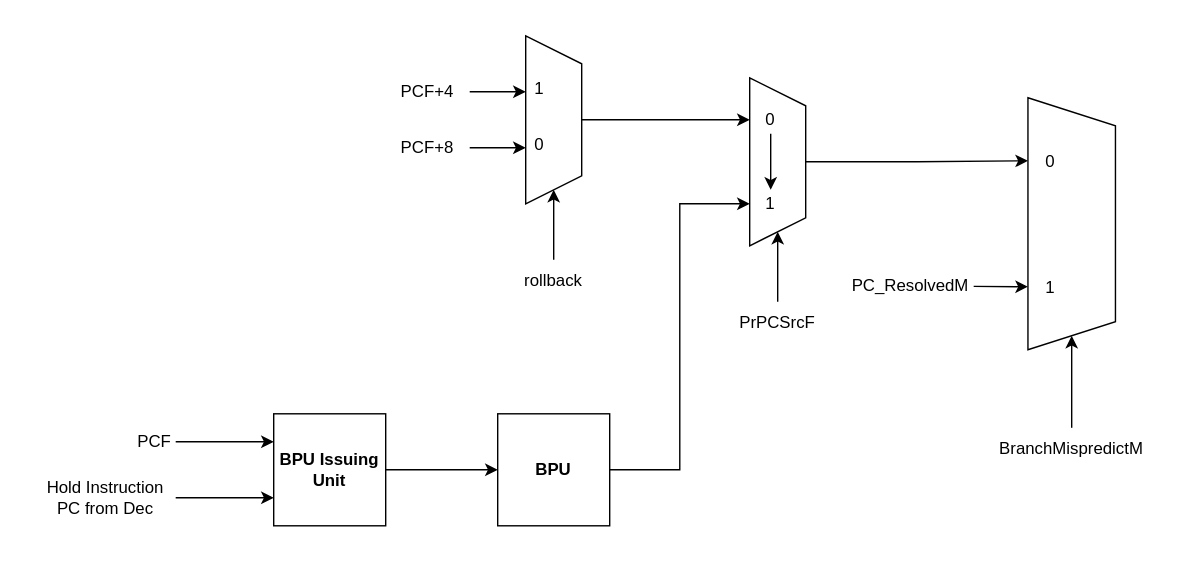
Earlier version of the draw.io export docs/assets/images/next-pc-logic.svg (mendax1234/Mach-V). Source tidied: cells renumbered, new cells last; positions are measured from the earlier drawing's top-left corner, leaving out a move shared by most shapes.
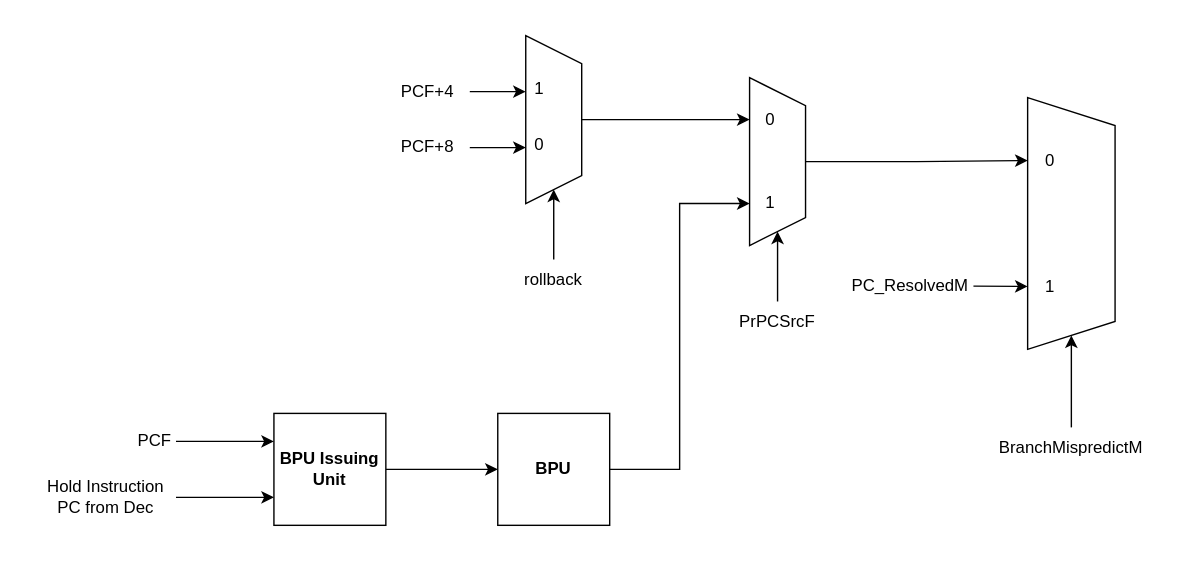
After the commit.

Change to the diagram source:
```diff
@@ -43,71 +43,68 @@
     <mxCell id="14" style="shape=trapezoid;perimeter=trapezoidPerimeter;whiteSpace=wrap;html=1;fixedSize=1;rotation=90;" parent="13" vertex="1">
       <mxGeometry x="-40" y="40" width="120" height="40" as="geometry" />
     </mxCell>
-    <mxCell id="15" style="edgeStyle=orthogonalEdgeStyle;rounded=0;jettySize=auto;html=1;" parent="13" edge="1" source="16" target="17">
-      <mxGeometry relative="1" as="geometry" />
+    <mxCell id="15" value="0" style="text;html=1;whiteSpace=wrap;strokeColor=none;fillColor=none;align=center;verticalAlign=middle;rounded=0;" parent="13" vertex="1">
+      <mxGeometry x="10" y="20" width="10" height="20" as="geometry" />
     </mxCell>
-    <mxCell id="16" value="0" style="text;html=1;whiteSpace=wrap;strokeColor=none;fillColor=none;align=center;verticalAlign=middle;rounded=0;" parent="13" vertex="1">
-      <mxGeometry x="10" y="20" width="10" height="20" as="geometry" />
+    <mxCell id="16" value="1" style="text;html=1;whiteSpace=wrap;strokeColor=none;fillColor=none;align=center;verticalAlign=middle;rounded=0;" parent="13" vertex="1">
+      <mxGeometry x="10" y="80" width="10" height="20" as="geometry" />
     </mxCell>
-    <mxCell id="17" value="1" style="text;html=1;whiteSpace=wrap;strokeColor=none;fillColor=none;align=center;verticalAlign=middle;rounded=0;" parent="13" vertex="1">
-      <mxGeometry x="10" y="80" width="10" height="20" as="geometry" />
+    <mxCell id="17" style="endArrow=classic;html=1;rounded=0;entryX=1;entryY=0.5;entryDx=0;entryDy=0;exitX=0.5;exitY=0;exitDx=0;exitDy=0;" parent="1" edge="1" source="18" target="14">
+      <mxGeometry relative="1" as="geometry" />
     </mxCell>
-    <mxCell id="18" style="endArrow=classic;html=1;rounded=0;entryX=1;entryY=0.5;entryDx=0;entryDy=0;exitX=0.5;exitY=0;exitDx=0;exitDy=0;" parent="1" edge="1" source="19" target="14">
-      <mxGeometry relative="1" as="geometry" />
+    <mxCell id="18" value="PrPCSrcF" style="text;html=1;whiteSpace=wrap;strokeColor=none;fillColor=none;align=center;verticalAlign=middle;rounded=0;" parent="1" vertex="1">
+      <mxGeometry x="500" y="190" width="60" height="30" as="geometry" />
     </mxCell>
-    <mxCell id="19" value="PrPCSrcF" style="text;html=1;whiteSpace=wrap;strokeColor=none;fillColor=none;align=center;verticalAlign=middle;rounded=0;" parent="1" vertex="1">
-      <mxGeometry x="500" y="190" width="60" height="30" as="geometry" />
+    <mxCell id="19" style="edgeStyle=orthogonalEdgeStyle;rounded=0;jettySize=auto;html=1;exitX=1;exitY=0.5;exitDx=0;exitDy=0;entryX=0;entryY=0.5;entryDx=0;entryDy=0;" parent="1" edge="1" source="20" target="26">
+      <mxGeometry relative="1" as="geometry" />
     </mxCell>
-    <mxCell id="20" style="edgeStyle=orthogonalEdgeStyle;rounded=0;jettySize=auto;html=1;exitX=1;exitY=0.5;exitDx=0;exitDy=0;entryX=0;entryY=0.5;entryDx=0;entryDy=0;" parent="1" edge="1" source="21" target="27">
-      <mxGeometry relative="1" as="geometry" />
+    <mxCell id="20" value="&lt;b&gt;BPU Issuing Unit&lt;/b&gt;" style="whiteSpace=wrap;html=1;" parent="1" vertex="1">
+      <mxGeometry x="170" y="270" width="80" height="80" as="geometry" />
     </mxCell>
-    <mxCell id="21" value="&lt;b&gt;BPU Issuing Unit&lt;/b&gt;" style="whiteSpace=wrap;html=1;" parent="1" vertex="1">
-      <mxGeometry x="170" y="270" width="80" height="80" as="geometry" />
+    <mxCell id="21" style="endArrow=classic;html=1;rounded=0;entryX=0;entryY=0.25;entryDx=0;entryDy=0;exitX=1;exitY=0.5;exitDx=0;exitDy=0;" parent="1" edge="1" source="23" target="20">
+      <mxGeometry relative="1" as="geometry" />
     </mxCell>
-    <mxCell id="22" style="endArrow=classic;html=1;rounded=0;entryX=0;entryY=0.25;entryDx=0;entryDy=0;exitX=1;exitY=0.5;exitDx=0;exitDy=0;" parent="1" edge="1" source="24" target="21">
+    <mxCell id="22" style="endArrow=classic;html=1;rounded=0;entryX=0;entryY=0.75;entryDx=0;entryDy=0;exitX=1;exitY=0.5;exitDx=0;exitDy=0;" parent="1" edge="1" source="24" target="20">
       <mxGeometry relative="1" as="geometry" />
     </mxCell>
-    <mxCell id="23" style="endArrow=classic;html=1;rounded=0;entryX=0;entryY=0.75;entryDx=0;entryDy=0;exitX=1;exitY=0.5;exitDx=0;exitDy=0;" parent="1" edge="1" source="25" target="21">
-      <mxGeometry relative="1" as="geometry" />
+    <mxCell id="23" value="PCF" style="text;html=1;whiteSpace=wrap;strokeColor=none;fillColor=none;align=center;verticalAlign=middle;rounded=0;" parent="1" vertex="1">
+      <mxGeometry x="70" y="280" width="30" height="20" as="geometry" />
     </mxCell>
-    <mxCell id="24" value="PCF" style="text;html=1;whiteSpace=wrap;strokeColor=none;fillColor=none;align=center;verticalAlign=middle;rounded=0;" parent="1" vertex="1">
-      <mxGeometry x="70" y="280" width="30" height="20" as="geometry" />
+    <mxCell id="24" value="Hold Instruction PC from Dec" style="text;html=1;whiteSpace=wrap;strokeColor=none;fillColor=none;align=center;verticalAlign=middle;rounded=0;" parent="1" vertex="1">
+      <mxGeometry y="315" width="100" height="30" as="geometry" />
     </mxCell>
-    <mxCell id="25" value="Hold Instruction PC from Dec" style="text;html=1;whiteSpace=wrap;strokeColor=none;fillColor=none;align=center;verticalAlign=middle;rounded=0;" parent="1" vertex="1">
-      <mxGeometry y="315" width="100" height="30" as="geometry" />
+    <mxCell id="25" style="edgeStyle=orthogonalEdgeStyle;rounded=0;jettySize=auto;html=1;exitX=1;exitY=0.5;exitDx=0;exitDy=0;entryX=0.75;entryY=1;entryDx=0;entryDy=0;" parent="1" edge="1" source="26" target="14">
+      <mxGeometry relative="1" as="geometry" />
     </mxCell>
-    <mxCell id="26" style="edgeStyle=orthogonalEdgeStyle;rounded=0;jettySize=auto;html=1;exitX=1;exitY=0.5;exitDx=0;exitDy=0;entryX=0.75;entryY=1;entryDx=0;entryDy=0;" parent="1" edge="1" source="27" target="14">
-      <mxGeometry relative="1" as="geometry" />
+    <mxCell id="26" value="&lt;b&gt;BPU&lt;/b&gt;" style="whiteSpace=wrap;html=1;" parent="1" vertex="1">
+      <mxGeometry x="330" y="270" width="80" height="80" as="geometry" />
     </mxCell>
-    <mxCell id="27" value="&lt;b&gt;BPU&lt;/b&gt;" style="whiteSpace=wrap;html=1;" parent="1" vertex="1">
-      <mxGeometry x="330" y="270" width="80" height="80" as="geometry" />
+    <mxCell id="27" style="edgeStyle=orthogonalEdgeStyle;rounded=0;jettySize=auto;html=1;exitX=0.5;exitY=0;exitDx=0;exitDy=0;entryX=0.25;entryY=1;entryDx=0;entryDy=0;" parent="1" edge="1" source="14" target="30">
+      <mxGeometry relative="1" as="geometry" />
     </mxCell>
-    <mxCell id="28" style="edgeStyle=orthogonalEdgeStyle;rounded=0;jettySize=auto;html=1;exitX=0.5;exitY=0;exitDx=0;exitDy=0;entryX=0.25;entryY=1;entryDx=0;entryDy=0;" parent="1" edge="1" source="14" target="31">
+    <mxCell id="28" style="endArrow=classic;html=1;rounded=0;entryX=0.75;entryY=1;entryDx=0;entryDy=0;exitX=1;exitY=0.5;exitDx=0;exitDy=0;" parent="1" edge="1" source="33" target="30">
       <mxGeometry relative="1" as="geometry" />
     </mxCell>
-    <mxCell id="29" style="endArrow=classic;html=1;rounded=0;entryX=0.75;entryY=1;entryDx=0;entryDy=0;exitX=1;exitY=0.5;exitDx=0;exitDy=0;" parent="1" edge="1" source="34" target="31">
-      <mxGeometry relative="1" as="geometry" />
+    <mxCell id="29" style="group;" parent="1" vertex="1">
+      <mxGeometry x="708.8" y="44.2" width="62.5" height="180" as="geometry" />
     </mxCell>
-    <mxCell id="30" style="group;" parent="1" vertex="1">
-      <mxGeometry x="708.8" y="44.2" width="62.5" height="180" as="geometry" />
+    <mxCell id="30" style="shape=trapezoid;perimeter=trapezoidPerimeter;whiteSpace=wrap;html=1;fixedSize=1;rotation=90;" parent="29" vertex="1">
+      <mxGeometry x="-58.8" y="58.8" width="180" height="62.5" as="geometry" />
     </mxCell>
-    <mxCell id="31" style="shape=trapezoid;perimeter=trapezoidPerimeter;whiteSpace=wrap;html=1;fixedSize=1;rotation=90;" parent="30" vertex="1">
-      <mxGeometry x="-58.8" y="58.8" width="180" height="62.5" as="geometry" />
+    <mxCell id="31" value="0" style="text;html=1;whiteSpace=wrap;strokeColor=none;fillColor=none;align=center;verticalAlign=middle;rounded=0;" parent="29" vertex="1">
+      <mxGeometry x="11.2" y="35.8" width="10" height="20" as="geometry" />
     </mxCell>
-    <mxCell id="32" value="0" style="text;html=1;whiteSpace=wrap;strokeColor=none;fillColor=none;align=center;verticalAlign=middle;rounded=0;" parent="30" vertex="1">
-      <mxGeometry x="11.2" y="35.8" width="10" height="20" as="geometry" />
+    <mxCell id="32" value="1" style="text;html=1;whiteSpace=wrap;strokeColor=none;fillColor=none;align=center;verticalAlign=middle;rounded=0;" parent="29" vertex="1">
+      <mxGeometry x="11.2" y="125.8" width="10" height="20" as="geometry" />
     </mxCell>
-    <mxCell id="33" value="1" style="text;html=1;whiteSpace=wrap;strokeColor=none;fillColor=none;align=center;verticalAlign=middle;rounded=0;" parent="30" vertex="1">
-      <mxGeometry x="11.2" y="125.8" width="10" height="20" as="geometry" />
+    <mxCell id="33" value="PC_ResolvedM" style="text;html=1;whiteSpace=wrap;strokeColor=none;fillColor=none;align=center;verticalAlign=middle;rounded=0;" parent="1" vertex="1">
+      <mxGeometry x="580" y="164" width="90" height="30" as="geometry" />
     </mxCell>
-    <mxCell id="34" value="PC_ResolvedM" style="text;html=1;whiteSpace=wrap;strokeColor=none;fillColor=none;align=center;verticalAlign=middle;rounded=0;" parent="1" vertex="1">
-      <mxGeometry x="580" y="164" width="90" height="30" as="geometry" />
+    <mxCell id="34" style="endArrow=classic;html=1;rounded=0;entryX=1;entryY=0.5;entryDx=0;entryDy=0;exitX=0.5;exitY=0;exitDx=0;exitDy=0;" parent="1" edge="1" source="35" target="30">
+      <mxGeometry relative="1" as="geometry" />
     </mxCell>
-    <mxCell id="35" style="endArrow=classic;html=1;rounded=0;entryX=1;entryY=0.5;entryDx=0;entryDy=0;exitX=0.5;exitY=0;exitDx=0;exitDy=0;" parent="1" edge="1" source="36" target="31">
-      <mxGeometry relative="1" as="geometry" />
+    <mxCell id="35" value="BranchMispredictM" style="text;html=1;whiteSpace=wrap;strokeColor=none;fillColor=none;align=center;verticalAlign=middle;rounded=0;" parent="1" vertex="1">
+      <mxGeometry x="685" y="280" width="110" height="30" as="geometry" />
     </mxCell>
-    <mxCell id="36" value="BranchMispredictM" style="text;html=1;whiteSpace=wrap;strokeColor=none;fillColor=none;align=center;verticalAlign=middle;rounded=0;" parent="1" vertex="1">
-      <mxGeometry x="685" y="280" width="110" height="30" as="geometry" />
-    </mxCell>
   </root>
 </mxGraphModel>
```
